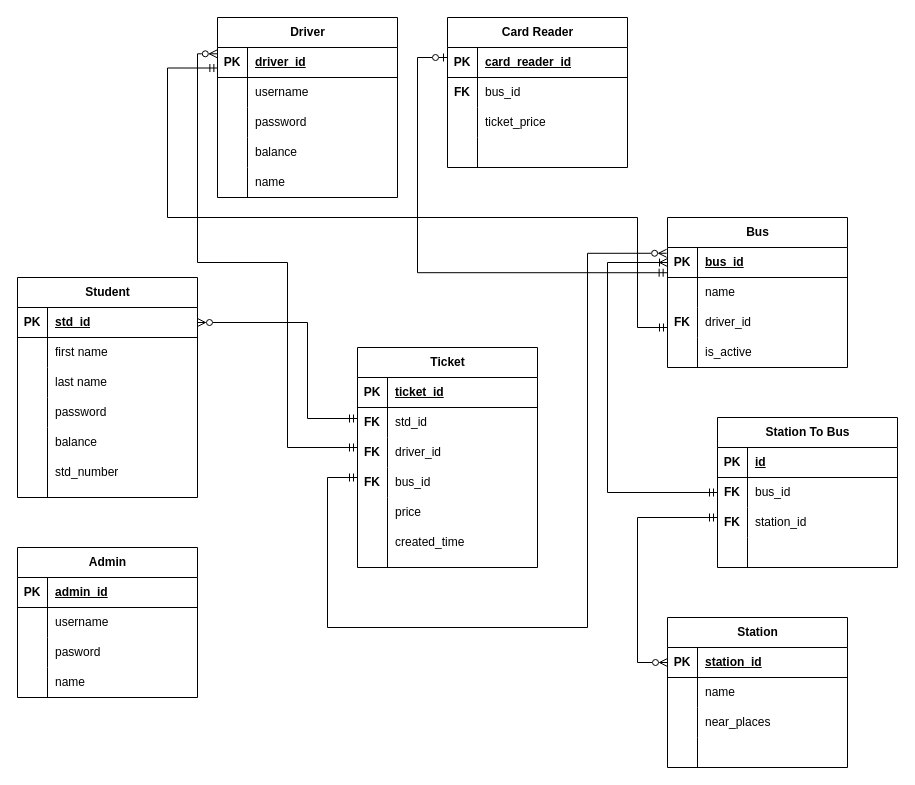
Before: entity_diagrams.drawio in srbmm/bus_ticket_server, a draw.io diagram. Source tidied: cells renumbered, new cells numbered last; positions are measured from the earlier drawing's top-left corner, leaving out a move shared by most shapes. Both pictures are drawn from the tidied source at 100%, with x=0, y=0 at pixel (17, 17).
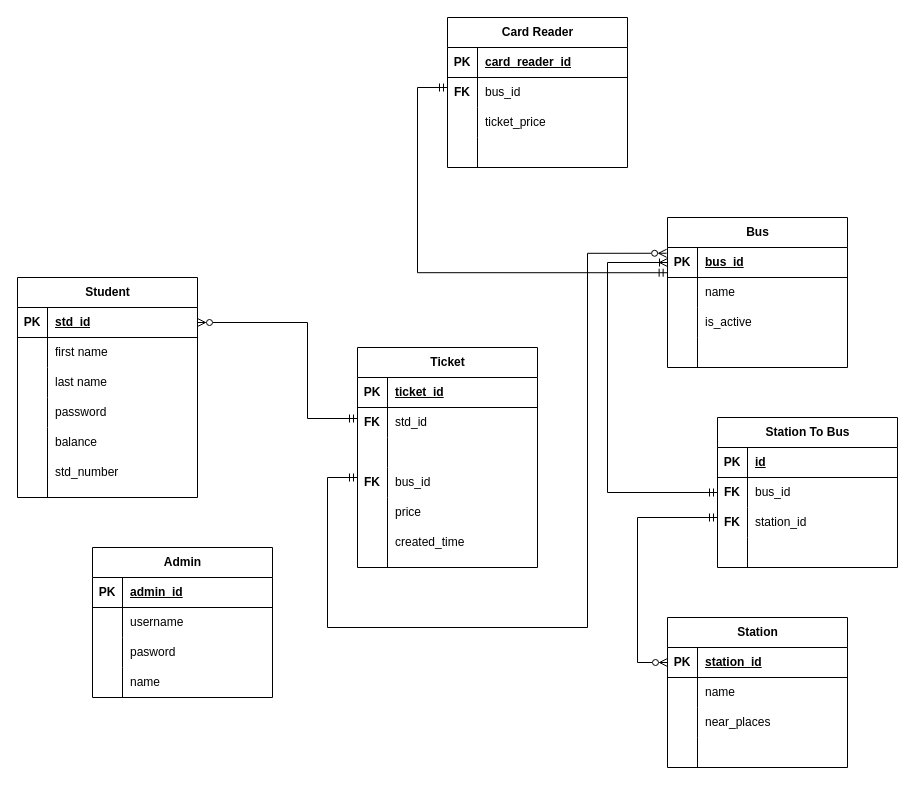
The same page after the edit.

The change refers to these unchanged cells:
```xml
<mxCell id="37" style="shape=tableRow;horizontal=0;startSize=0;swimlaneHead=0;swimlaneBody=0;fillColor=none;top=0;left=0;right=0;bottom=0;" parent="30" vertex="1">
  <mxGeometry y="90" width="180" height="30" as="geometry" />
</mxCell>
<mxCell id="47" style="shape=tableRow;horizontal=0;startSize=0;swimlaneHead=0;swimlaneBody=0;fillColor=none;points=[[0,0.5],[1,0.5]];portConstraint=eastwest;top=0;left=0;right=0;bottom=1;" parent="46" vertex="1">
  <mxGeometry y="30" width="180" height="30" as="geometry" />
</mxCell>
<mxCell id="53" style="shape=tableRow;horizontal=0;startSize=0;swimlaneHead=0;swimlaneBody=0;fillColor=none;top=0;left=0;right=0;bottom=0;" parent="46" vertex="1">
  <mxGeometry y="90" width="180" height="30" as="geometry" />
</mxCell>
<mxCell id="88" style="shape=tableRow;horizontal=0;startSize=0;swimlaneHead=0;swimlaneBody=0;fillColor=none;points=[[0,0.5],[1,0.5]];portConstraint=eastwest;top=0;left=0;right=0;bottom=1;" parent="87" vertex="1">
  <mxGeometry y="30" width="180" height="30" as="geometry" />
</mxCell>
```

Change to the diagram source:
```diff
@@
     <mxCell id="17" value="Admin" style="shape=table;startSize=30;childLayout=tableLayout;rowLines=0;fontStyle=1;align=center;html=1;" parent="1" vertex="1">
-      <mxGeometry y="530" width="180" height="150" as="geometry" />
+      <mxGeometry x="75" y="530" width="180" height="150" as="geometry" />
     </mxCell>
@@
-    <mxCell id="39" value="driver_id" style="shape=partialRectangle;fillColor=none;top=0;left=0;bottom=0;right=0;align=left;spacingLeft=6;overflow=hidden;whiteSpace=wrap;html=1;" parent="37" vertex="1">
+    <mxCell id="39" style="shape=partialRectangle;fillColor=none;top=0;left=0;bottom=0;right=0;align=left;spacingLeft=6;overflow=hidden;whiteSpace=wrap;html=1;" parent="37" vertex="1">
       <mxGeometry x="30" width="150" height="30" as="geometry" />
     </mxCell>
@@
-    <mxCell id="55" value="driver_id" style="shape=partialRectangle;fillColor=none;top=0;left=0;bottom=0;right=0;align=left;spacingLeft=6;overflow=hidden;whiteSpace=wrap;html=1;" parent="53" vertex="1">
+    <mxCell id="55" style="shape=partialRectangle;fillColor=none;top=0;left=0;bottom=0;right=0;align=left;spacingLeft=6;overflow=hidden;whiteSpace=wrap;html=1;" parent="53" vertex="1">
       <mxGeometry x="30" width="150" height="30" as="geometry" />
     </mxCell>
@@
     <mxCell id="72" value="is_active" style="shape=partialRectangle;fillColor=none;top=0;left=0;bottom=0;right=0;align=left;spacingLeft=6;overflow=hidden;whiteSpace=wrap;html=1;" parent="1" vertex="1">
-      <mxGeometry x="680" y="320" width="150" height="30" as="geometry" />
+      <mxGeometry x="680" y="290" width="150" height="30" as="geometry" />
     </mxCell>
@@
-    <mxCell id="74" value="Driver" style="shape=table;startSize=30;childLayout=tableLayout;rowLines=0;fontStyle=1;align=center;html=1;" parent="1" vertex="1">
-      <mxGeometry x="200" width="180" height="180" as="geometry" />
-    </mxCell>
-    <mxCell id="75" style="shape=tableRow;horizontal=0;startSize=0;swimlaneHead=0;swimlaneBody=0;fillColor=none;points=[[0,0.5],[1,0.5]];portConstraint=eastwest;top=0;left=0;right=0;bottom=1;" parent="74" vertex="1">
-      <mxGeometry y="30" width="180" height="30" as="geometry" />
-    </mxCell>
-    <mxCell id="76" value="PK" style="shape=partialRectangle;fillColor=none;top=0;left=0;bottom=0;right=0;fontStyle=1;overflow=hidden;whiteSpace=wrap;html=1;" parent="75" vertex="1">
-      <mxGeometry width="30" height="30" as="geometry" />
-    </mxCell>
-    <mxCell id="77" value="driver_id" style="shape=partialRectangle;fillColor=none;top=0;left=0;bottom=0;right=0;align=left;spacingLeft=6;fontStyle=5;overflow=hidden;whiteSpace=wrap;html=1;" parent="75" vertex="1">
-      <mxGeometry x="30" width="150" height="30" as="geometry" />
-    </mxCell>
-    <mxCell id="78" style="shape=tableRow;horizontal=0;startSize=0;swimlaneHead=0;swimlaneBody=0;fillColor=none;top=0;left=0;right=0;bottom=0;" parent="74" vertex="1">
-      <mxGeometry y="60" width="180" height="30" as="geometry" />
-    </mxCell>
-    <mxCell id="79" style="shape=partialRectangle;fillColor=none;top=0;left=0;bottom=0;right=0;overflow=hidden;whiteSpace=wrap;html=1;" parent="78" vertex="1">
-      <mxGeometry width="30" height="30" as="geometry" />
-    </mxCell>
-    <mxCell id="80" value="username" style="shape=partialRectangle;fillColor=none;top=0;left=0;bottom=0;right=0;align=left;spacingLeft=6;overflow=hidden;whiteSpace=wrap;html=1;" parent="78" vertex="1">
-      <mxGeometry x="30" width="150" height="30" as="geometry" />
-    </mxCell>
-    <mxCell id="81" style="shape=tableRow;horizontal=0;startSize=0;swimlaneHead=0;swimlaneBody=0;fillColor=none;top=0;left=0;right=0;bottom=0;" parent="74" vertex="1">
-      <mxGeometry y="90" width="180" height="30" as="geometry" />
-    </mxCell>
-    <mxCell id="82" style="shape=partialRectangle;fillColor=none;top=0;left=0;bottom=0;right=0;overflow=hidden;whiteSpace=wrap;html=1;" parent="81" vertex="1">
-      <mxGeometry width="30" height="30" as="geometry" />
-    </mxCell>
-    <mxCell id="83" value="password" style="shape=partialRectangle;fillColor=none;top=0;left=0;bottom=0;right=0;align=left;spacingLeft=6;overflow=hidden;whiteSpace=wrap;html=1;" parent="81" vertex="1">
-      <mxGeometry x="30" width="150" height="30" as="geometry" />
-    </mxCell>
-    <mxCell id="84" style="shape=tableRow;horizontal=0;startSize=0;swimlaneHead=0;swimlaneBody=0;fillColor=none;top=0;left=0;right=0;bottom=0;" parent="74" vertex="1">
-      <mxGeometry y="120" width="180" height="30" as="geometry" />
-    </mxCell>
-    <mxCell id="85" style="shape=partialRectangle;fillColor=none;top=0;left=0;bottom=0;right=0;overflow=hidden;whiteSpace=wrap;html=1;" parent="84" vertex="1">
-      <mxGeometry width="30" height="30" as="geometry" />
-    </mxCell>
-    <mxCell id="86" value="balance" style="shape=partialRectangle;fillColor=none;top=0;left=0;bottom=0;right=0;align=left;spacingLeft=6;overflow=hidden;whiteSpace=wrap;html=1;" parent="84" vertex="1">
-      <mxGeometry x="30" width="150" height="30" as="geometry" />
-    </mxCell>
@@
-    <mxCell id="100" value="FK" style="shape=partialRectangle;fillColor=none;top=0;left=0;bottom=0;right=0;fontStyle=1;overflow=hidden;whiteSpace=wrap;html=1;" parent="1" vertex="1">
-      <mxGeometry x="650" y="290" width="30" height="30" as="geometry" />
-    </mxCell>
@@
-    <mxCell id="103" value="FK" style="shape=partialRectangle;fillColor=none;top=0;left=0;bottom=0;right=0;fontStyle=1;overflow=hidden;whiteSpace=wrap;html=1;" parent="1" vertex="1">
-      <mxGeometry x="340" y="420" width="30" height="30" as="geometry" />
-    </mxCell>
@@
-    <mxCell id="106" style="edgeStyle=orthogonalEdgeStyle;rounded=0;jettySize=auto;html=1;exitX=-0.001;exitY=0.21;exitDx=0;exitDy=0;exitPerimeter=0;endArrow=ERmandOne;endFill=0;startArrow=ERzeroToMany;startFill=0;" parent="1" edge="1" source="75">
-      <mxGeometry relative="1" as="geometry">
-        <mxPoint x="340" y="430" as="targetPoint" />
-        <Array as="points">
-          <mxPoint x="180" y="36" />
-          <mxPoint x="180" y="245" />
-          <mxPoint x="270" y="245" />
-          <mxPoint x="270" y="430" />
-        </Array>
-      </mxGeometry>
-    </mxCell>
@@
-    <mxCell id="108" style="edgeStyle=orthogonalEdgeStyle;rounded=0;jettySize=auto;html=1;endArrow=ERzeroToOne;endFill=0;startArrow=ERmandOne;startFill=0;exitX=-0.002;exitY=0.841;exitDx=0;exitDy=0;exitPerimeter=0;" parent="1" edge="1" source="47" target="88">
+    <mxCell id="108" style="edgeStyle=orthogonalEdgeStyle;rounded=0;jettySize=auto;html=1;endArrow=ERmandOne;endFill=0;startArrow=ERmandOne;startFill=0;exitX=-0.002;exitY=0.841;exitDx=0;exitDy=0;exitPerimeter=0;" parent="1" edge="1" source="47">
       <mxGeometry relative="1" as="geometry">
+        <mxPoint x="430" y="70" as="targetPoint" />
         <Array as="points">
           <mxPoint x="400" y="255" />
-          <mxPoint x="400" y="40" />
+          <mxPoint x="400" y="70" />
         </Array>
       </mxGeometry>
     </mxCell>
-    <mxCell id="109" style="edgeStyle=orthogonalEdgeStyle;rounded=0;jettySize=auto;html=1;exitX=0.002;exitY=0.684;exitDx=0;exitDy=0;exitPerimeter=0;startArrow=ERmandOne;startFill=0;endArrow=ERmandOne;endFill=0;" parent="1" edge="1" source="75">
-      <mxGeometry relative="1" as="geometry">
-        <mxPoint x="650" y="310" as="targetPoint" />
-        <Array as="points">
-          <mxPoint x="150" y="51" />
-          <mxPoint x="150" y="200" />
-          <mxPoint x="620" y="200" />
-          <mxPoint x="620" y="310" />
-          <mxPoint x="650" y="310" />
-        </Array>
-      </mxGeometry>
-    </mxCell>
@@
-    <mxCell id="128" style="endArrow=none;html=1;rounded=0;" parent="1" edge="1">
-      <mxGeometry relative="1" as="geometry">
-        <mxPoint x="230" y="180" as="sourcePoint" />
-        <mxPoint x="230" y="150" as="targetPoint" />
-      </mxGeometry>
-    </mxCell>
-    <mxCell id="129" value="name" style="shape=partialRectangle;fillColor=none;top=0;left=0;bottom=0;right=0;align=left;spacingLeft=6;overflow=hidden;whiteSpace=wrap;html=1;" parent="1" vertex="1">
-      <mxGeometry x="230" y="150" width="150" height="30" as="geometry" />
-    </mxCell>
```
